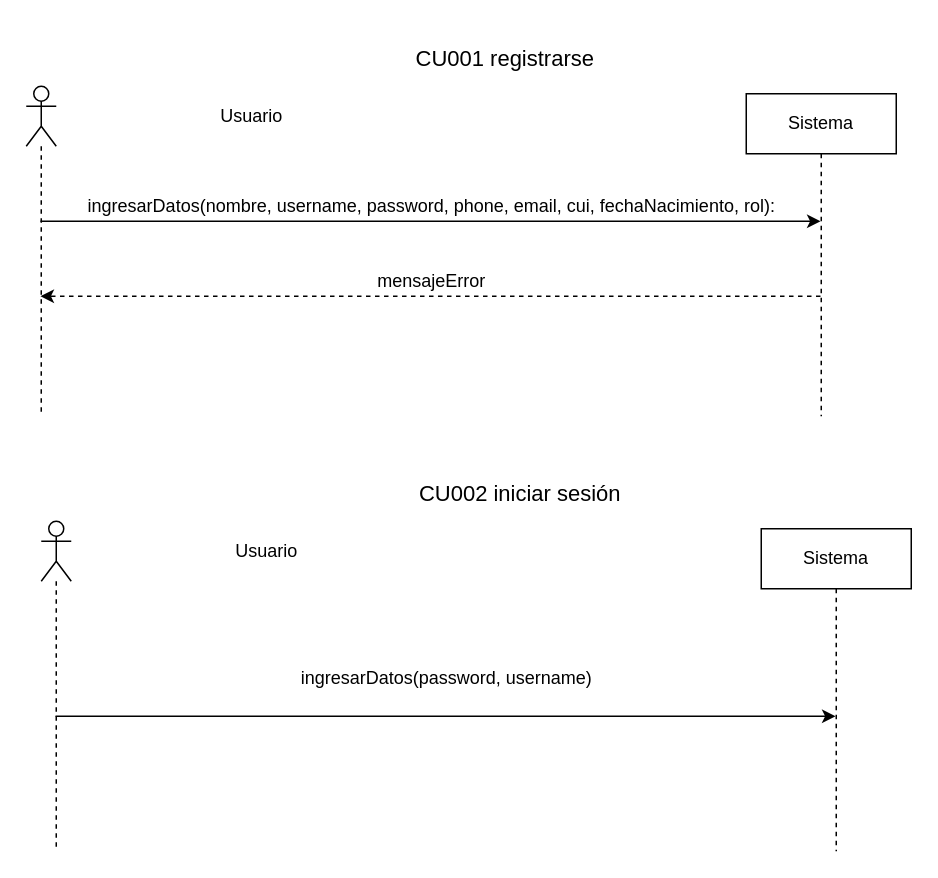
The draw.io diagram page "Usuarios en general" (1 of 5) of documentación PROYECTO 2/diagramas de secuencia del sistema HOSPITAL.drawio in luisbaquiax/IPC2_proyecto2_hospital, before the edit. Source tidied: cells renumbered, new cells numbered last; positions are measured from the earlier drawing's top-left corner, leaving out a move shared by most shapes. Both pictures are drawn from the tidied source at 150%, with x=0, y=0 at pixel (26, 26).
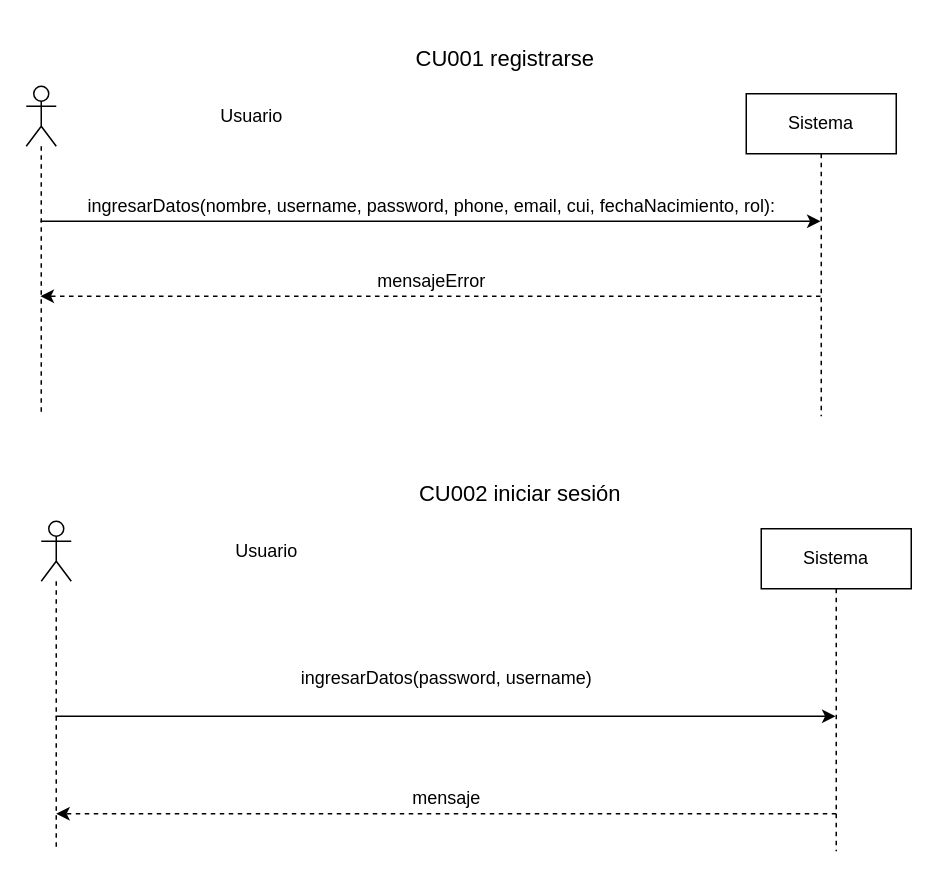
Above is the later version.

The edit, as a diff of the source:
```diff
@@
+    <mxCell id="16" style="edgeStyle=elbowEdgeStyle;rounded=0;orthogonalLoop=1;jettySize=auto;html=1;elbow=vertical;curved=0;dashed=1;" parent="1" edge="1">
+      <mxGeometry relative="1" as="geometry">
+        <mxPoint x="540" y="525" as="sourcePoint" />
+        <mxPoint x="20" y="525" as="targetPoint" />
+        <Array as="points">
+          <mxPoint x="300" y="525" />
+        </Array>
+      </mxGeometry>
+    </mxCell>
+    <mxCell id="17" value="mensaje" style="text;html=1;align=center;verticalAlign=middle;strokeColor=none;fillColor=none;" parent="1" vertex="1">
+      <mxGeometry x="245" y="500" width="70" height="30" as="geometry" />
+    </mxCell>
```
